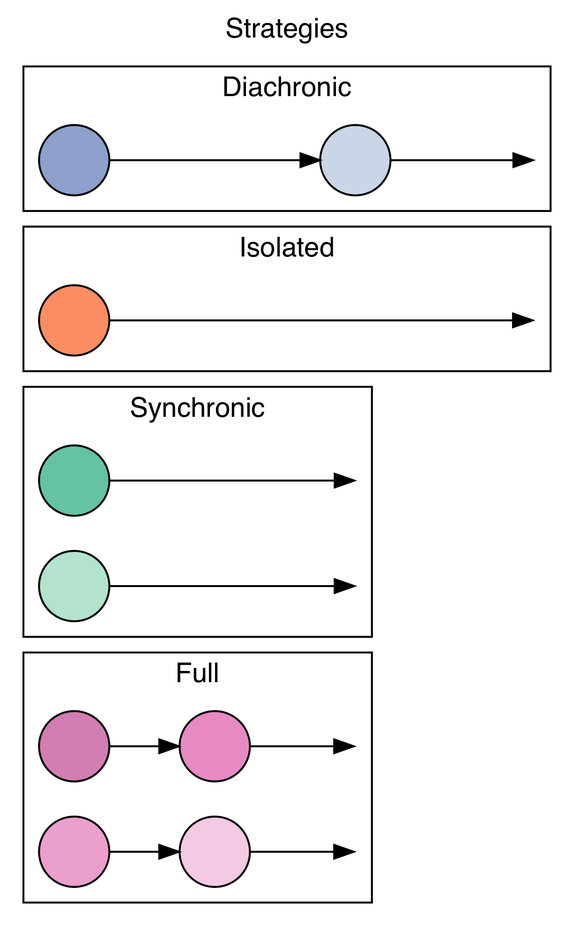
Before: img/team-structures-karsten.png, a diagram exported from Graphviz (pedmiston/diachronic-teams). Its source is kept beside it as totems/inst/extdata/team-structures-karsten.gv.
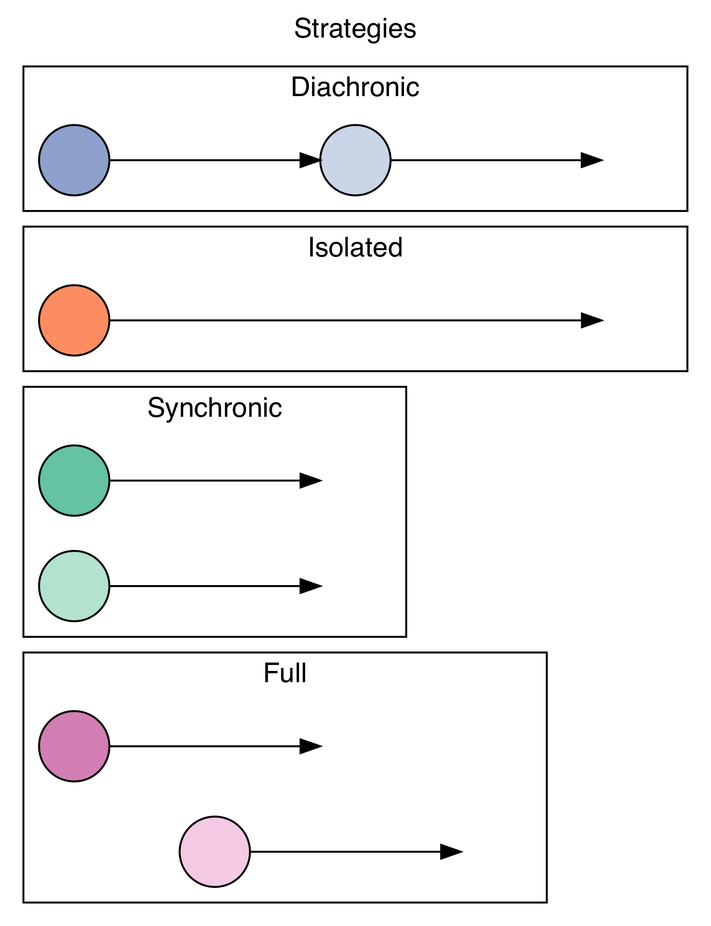
After the commit.

Commit message:
Show staggered instead of 4 person team

Change to the diagram source:
```diff
@@ -15,15 +15,14 @@
   solo[fillcolor="#FC8D62"];
 
   k1a[fillcolor="#d27eb2"];
-  k2a[fillcolor="#e78ac3"];
-  k1b[fillcolor="#eb9fcd"];
   k2b[fillcolor="#f4c9e3"];
 
-  dinv1, soloinv1, sinv1, sinv2, kinva, kinvb[style=invis width=0];
+  dinv1, soloinv1, sinv1, sinv2, kinva, kinvb[style=invis];
 
   subgraph cluster1 {
     label="Diachronic";
-    d1 -> d2 -> dinv1[minlen=2];
+    d1 -> d2[minlen=2];
+    d2 -> dinv1[minlen=2];
   }
 
   subgraph cluster2 {
@@ -39,7 +38,9 @@
 
   subgraph cluster4 {
     label="Full";
-    k1a -> k2a -> kinva;
-    k1b -> k2b -> kinvb;
+    k1a -> kinva[minlen=2];
+    kinv -> k2b [style=invis minlen=1]
+    k2b -> kinvb[minlen=2];
+    kinv[style=invis]
   }
 }
```
